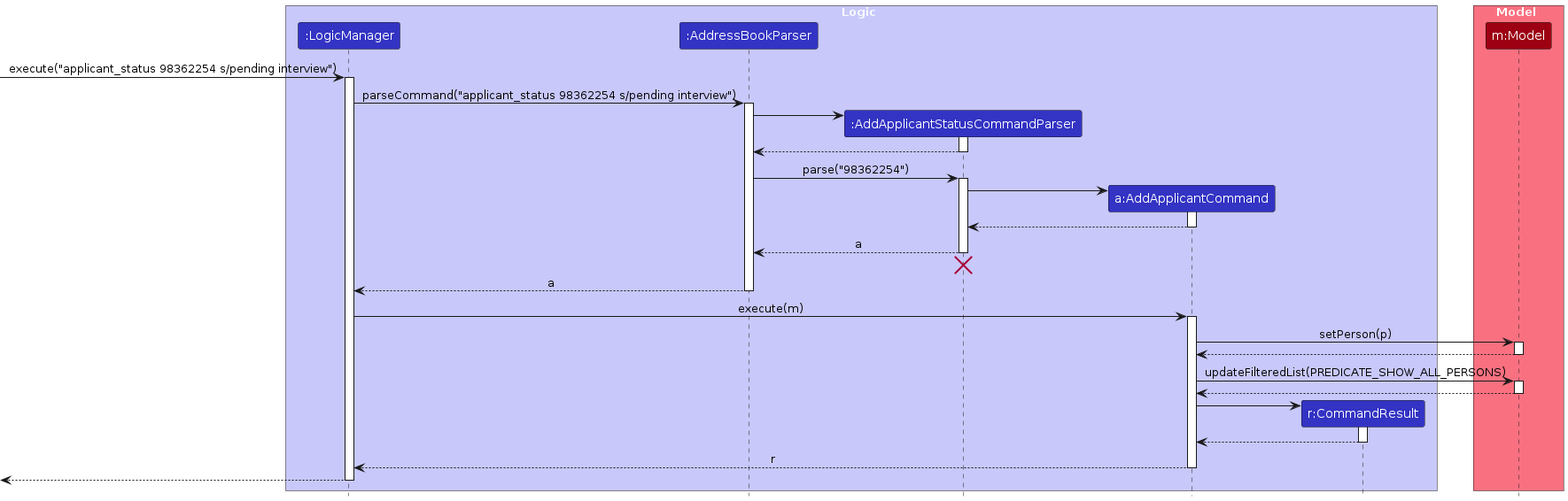
The PlantUML diagram diagrams/add-status/StatusCommandSequence.png in AY2324S2-CS2103T-F11-3/tp, before a commit. Its source is kept beside it as diagrams/add-status/StatusCommandSequence.puml.
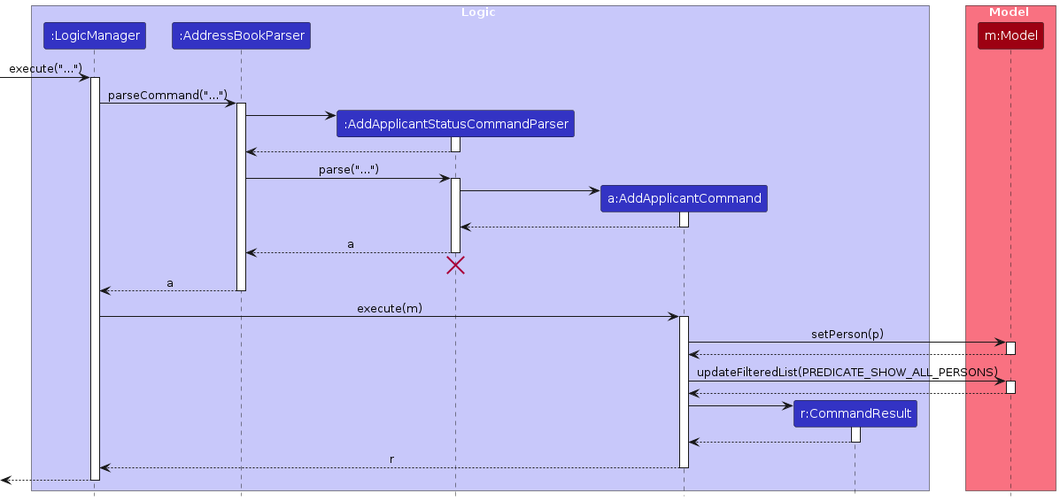
After the change.

The edit, as a diff of the source:
```diff
@@ -14,10 +14,10 @@
 participant "m:Model" as Model MODEL_COLOR
 end box
 
-[-> LogicManager : execute("applicant_status 98362254 s/pending interview")
+[-> LogicManager : execute("...")
 activate LogicManager
 
-LogicManager -> AddressBookParser : parseCommand("applicant_status 98362254 s/pending interview")
+LogicManager -> AddressBookParser : parseCommand("...")
 activate AddressBookParser
 
 create AddApplicantStatusCommandParser
@@ -27,7 +27,7 @@
 AddApplicantStatusCommandParser --> AddressBookParser
 deactivate AddApplicantStatusCommandParser
 
-AddressBookParser -> AddApplicantStatusCommandParser : parse("98362254")
+AddressBookParser -> AddApplicantStatusCommandParser : parse("...")
 activate AddApplicantStatusCommandParser
 
 create AddApplicantCommand
```
